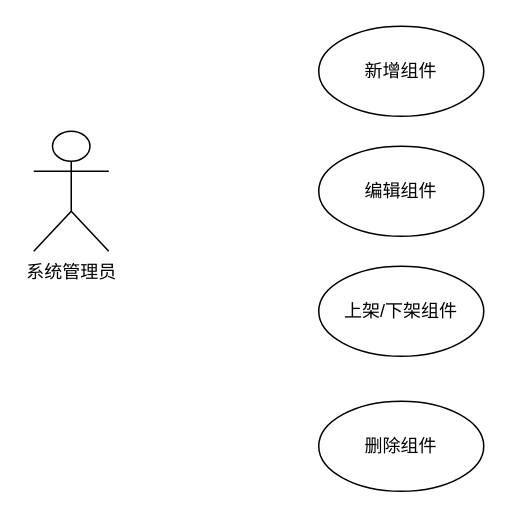
The draw.io diagram 3.3.2 组件库维护功能 -1 .drawio in yuxinyu12345/diagrams, before the edit. Source tidied: cells renumbered, new cells numbered last; positions are measured from the earlier drawing's top-left corner, leaving out a move shared by most shapes. Both pictures are drawn from the tidied source at 150%, with x=0, y=0 at pixel (33, 26).
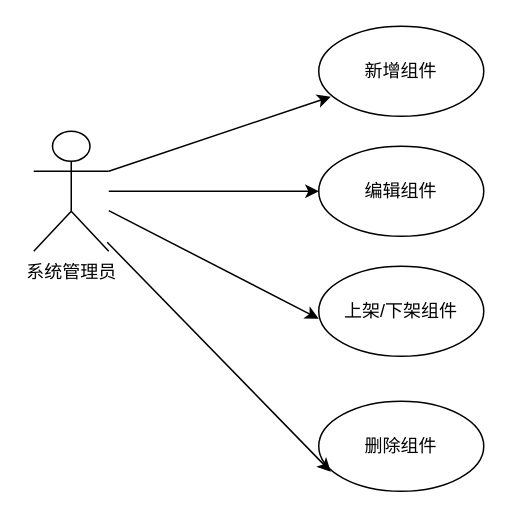
The same page after the edit.

Commit message (it also covers changes not shown here):
更新3.3.2 组件库维护功能 -1 .drawio

The edit, as a diff of the source:
```diff
@@
 <mxGraphModel>
   <root>
     <mxCell id="0" />
     <mxCell id="1" parent="0" />
     <mxCell id="2" value="系统管理员" style="shape=umlActor;verticalLabelPosition=bottom;verticalAlign=top;html=1;" parent="1" vertex="1">
       <mxGeometry y="70" width="50" height="80" as="geometry" />
     </mxCell>
     <mxCell id="3" value="新增组件" style="ellipse;whiteSpace=wrap;html=1;" parent="1" vertex="1">
       <mxGeometry x="190" width="110" height="60" as="geometry" />
     </mxCell>
     <mxCell id="4" value="编辑组件" style="ellipse;whiteSpace=wrap;html=1;" parent="1" vertex="1">
       <mxGeometry x="190" y="80" width="110" height="60" as="geometry" />
     </mxCell>
     <mxCell id="5" value="上架/下架组件" style="ellipse;whiteSpace=wrap;html=1;" parent="1" vertex="1">
       <mxGeometry x="190" y="160" width="110" height="60" as="geometry" />
     </mxCell>
     <mxCell id="6" value="删除组件" style="ellipse;whiteSpace=wrap;html=1;" parent="1" vertex="1">
       <mxGeometry x="190" y="250" width="110" height="60" as="geometry" />
     </mxCell>
+    <mxCell id="7" style="endArrow=classic;html=1;rounded=0;exitX=1;exitY=0.3333333333333333;exitDx=0;exitDy=0;exitPerimeter=0;entryX=0.073;entryY=0.783;entryDx=0;entryDy=0;entryPerimeter=0;" parent="1" edge="1" source="2" target="3">
+      <mxGeometry relative="1" as="geometry" />
+    </mxCell>
+    <mxCell id="8" style="endArrow=classic;html=1;rounded=0;" parent="1" edge="1" source="2" target="4">
+      <mxGeometry relative="1" as="geometry" />
+    </mxCell>
+    <mxCell id="9" style="endArrow=classic;html=1;rounded=0;entryX=0.064;entryY=0.7;entryDx=0;entryDy=0;entryPerimeter=0;" parent="1" edge="1" source="2">
+      <mxGeometry relative="1" as="geometry">
+        <mxPoint x="190" y="195" as="targetPoint" />
+      </mxGeometry>
+    </mxCell>
+    <mxCell id="10" style="endArrow=classic;html=1;rounded=0;entryX=0.073;entryY=0.783;entryDx=0;entryDy=0;entryPerimeter=0;exitX=0.98;exitY=0.925;exitDx=0;exitDy=0;exitPerimeter=0;" parent="1" edge="1" source="2" target="6">
+      <mxGeometry relative="1" as="geometry" />
+    </mxCell>
   </root>
 </mxGraphModel>
```
